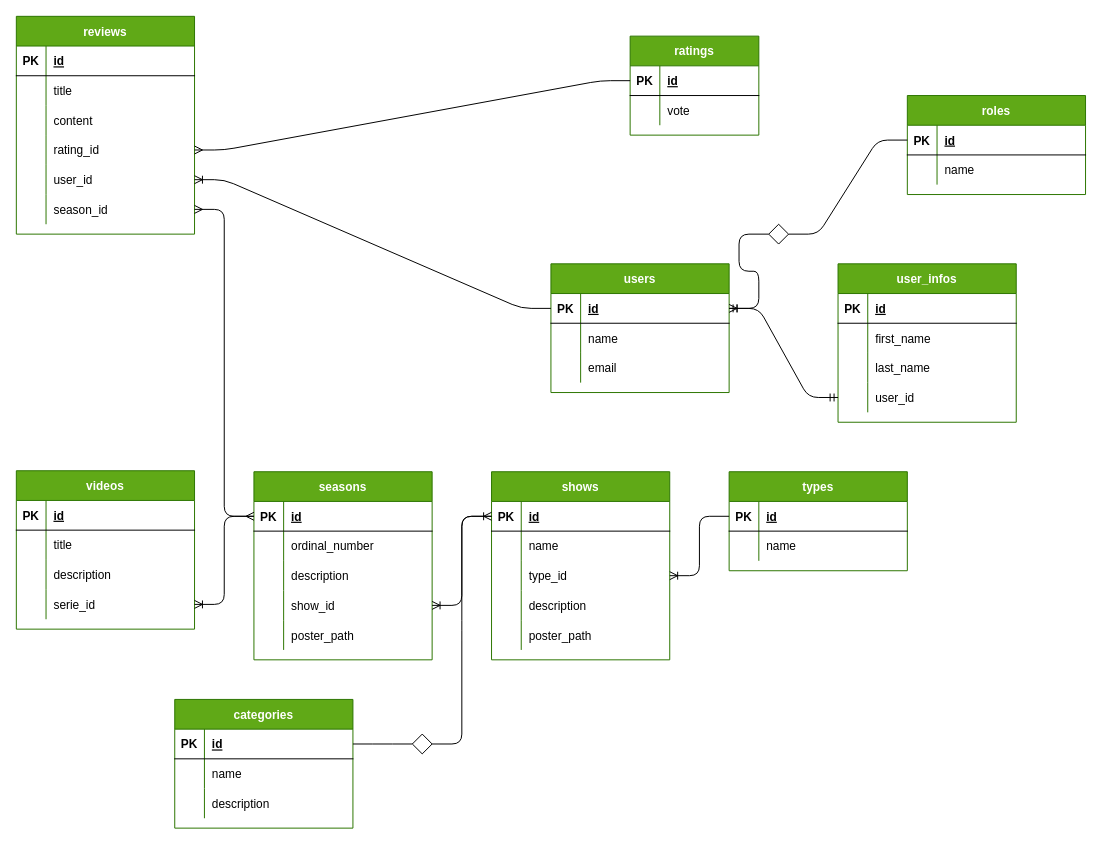
This is docs/db.drawio from cincenfrank/cincenflix_laravel, a draw.io file, before an edit. Source tidied: cells renumbered, new cells numbered last; positions are measured from the earlier drawing's top-left corner, leaving out a move shared by most shapes. Both pictures are drawn from the tidied source at 99%, with x=0, y=0 at pixel (16, 16).
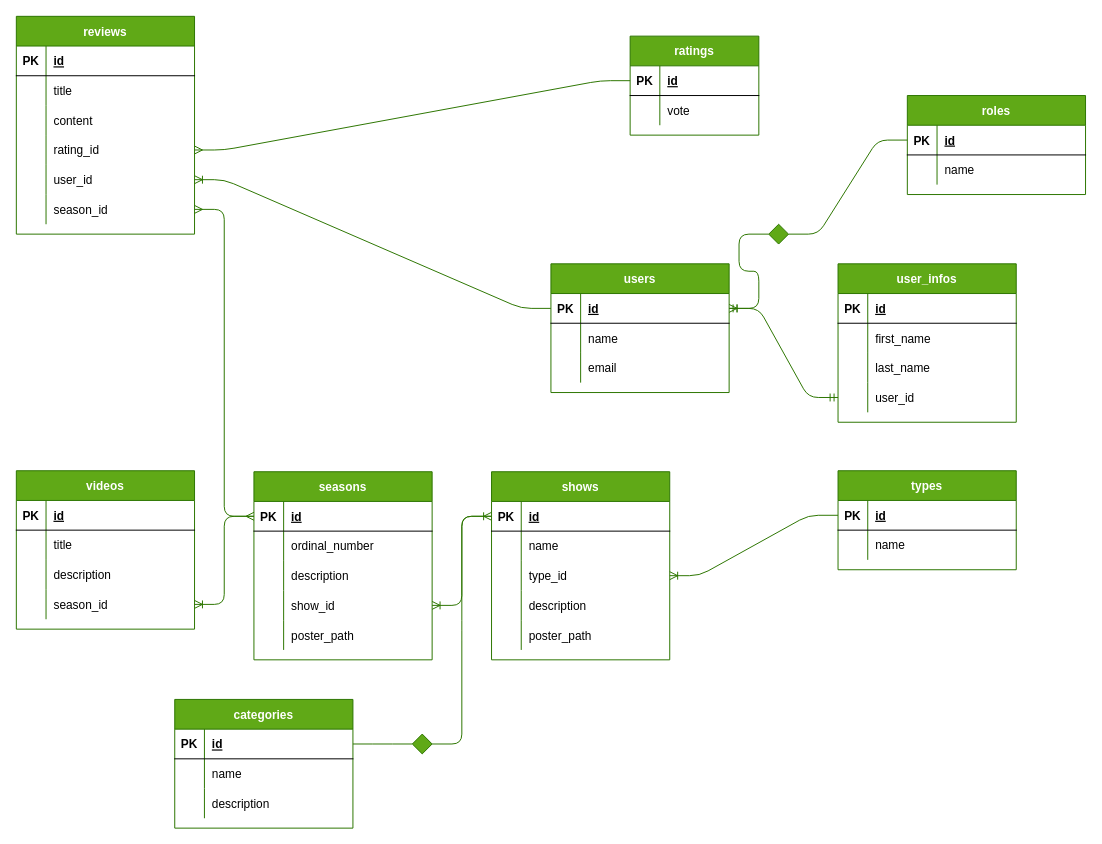
Above is the later version.

Unchanged cells that the change refers to:
```xml
<mxCell id="12" style="shape=partialRectangle;fillColor=none;top=0;left=0;bottom=0;right=0;points=[[0,0.5],[1,0.5]];portConstraint=eastwest;" parent="2" vertex="1">
  <mxGeometry y="120" width="180" height="30" as="geometry" />
</mxCell>
<mxCell id="16" style="shape=partialRectangle;fillColor=none;top=0;left=0;bottom=1;right=0;points=[[0,0.5],[1,0.5]];portConstraint=eastwest;" parent="15" vertex="1">
  <mxGeometry y="30" width="180" height="30" as="geometry" />
</mxCell>
<mxCell id="25" style="shape=partialRectangle;fillColor=none;top=0;left=0;bottom=0;right=0;points=[[0,0.5],[1,0.5]];portConstraint=eastwest;" parent="15" vertex="1">
  <mxGeometry y="120" width="180" height="30" as="geometry" />
</mxCell>
<mxCell id="32" style="shape=partialRectangle;fillColor=none;top=0;left=0;bottom=1;right=0;points=[[0,0.5],[1,0.5]];portConstraint=eastwest;" parent="31" vertex="1">
  <mxGeometry y="30" width="180" height="30" as="geometry" />
</mxCell>
<mxCell id="38" style="shape=partialRectangle;fillColor=none;top=0;left=0;bottom=0;right=0;points=[[0,0.5],[1,0.5]];portConstraint=eastwest;" parent="31" vertex="1">
  <mxGeometry y="90" width="180" height="30" as="geometry" />
</mxCell>
<mxCell id="48" style="shape=partialRectangle;fillColor=none;top=0;left=0;bottom=1;right=0;points=[[0,0.5],[1,0.5]];portConstraint=eastwest;" parent="47" vertex="1">
  <mxGeometry y="30" width="180" height="30" as="geometry" />
</mxCell>
<mxCell id="55" style="shape=partialRectangle;fillColor=none;top=0;left=0;bottom=1;right=0;points=[[0,0.5],[1,0.5]];portConstraint=eastwest;" parent="54" vertex="1">
  <mxGeometry y="30" width="180" height="30" as="geometry" />
</mxCell>
<mxCell id="65" style="shape=partialRectangle;fillColor=none;top=0;left=0;bottom=1;right=0;points=[[0,0.5],[1,0.5]];portConstraint=eastwest;" parent="64" vertex="1">
  <mxGeometry y="30" width="180" height="30" as="geometry" />
</mxCell>
<mxCell id="81" style="shape=partialRectangle;fillColor=none;top=0;left=0;bottom=0;right=0;points=[[0,0.5],[1,0.5]];portConstraint=eastwest;" parent="71" vertex="1">
  <mxGeometry y="120" width="180" height="30" as="geometry" />
</mxCell>
<mxCell id="84" style="shape=partialRectangle;fillColor=none;top=0;left=0;bottom=0;right=0;points=[[0,0.5],[1,0.5]];portConstraint=eastwest;" parent="71" vertex="1">
  <mxGeometry y="150" width="180" height="30" as="geometry" />
</mxCell>
<mxCell id="87" style="shape=partialRectangle;fillColor=none;top=0;left=0;bottom=0;right=0;points=[[0,0.5],[1,0.5]];portConstraint=eastwest;" parent="71" vertex="1">
  <mxGeometry y="180" width="180" height="30" as="geometry" />
</mxCell>
<mxCell id="91" style="shape=partialRectangle;fillColor=none;top=0;left=0;bottom=1;right=0;points=[[0,0.5],[1,0.5]];portConstraint=eastwest;" parent="90" vertex="1">
  <mxGeometry y="30" width="130" height="30" as="geometry" />
</mxCell>
<mxCell id="98" style="shape=partialRectangle;fillColor=none;top=0;left=0;bottom=1;right=0;points=[[0,0.5],[1,0.5]];portConstraint=eastwest;" parent="97" vertex="1">
  <mxGeometry y="30" width="180" height="30" as="geometry" />
</mxCell>
<mxCell id="124" style="shape=partialRectangle;fillColor=none;top=0;left=0;bottom=0;right=0;points=[[0,0.5],[1,0.5]];portConstraint=eastwest;" parent="114" vertex="1">
  <mxGeometry y="120" width="180" height="30" as="geometry" />
</mxCell>
```

The edit, as a diff of the source:
```diff
@@
-    <mxCell id="14" value="serie_id" style="shape=partialRectangle;fillColor=none;top=0;left=0;bottom=0;right=0;align=left;spacingLeft=6;overflow=hidden;" parent="12" vertex="1">
+    <mxCell id="14" value="season_id" style="shape=partialRectangle;fillColor=none;top=0;left=0;bottom=0;right=0;align=left;spacingLeft=6;overflow=hidden;" parent="12" vertex="1">
       <mxGeometry x="30" width="150" height="30" as="geometry" />
     </mxCell>
@@
     <mxCell id="47" value="types" style="shape=table;startSize=30;childLayout=tableLayout;rowLines=0;fontStyle=1;align=center;fillColor=#60a917;fontColor=#ffffff;strokeColor=#2D7600;" parent="1" vertex="1">
-      <mxGeometry x="720" y="460" width="180" height="100" as="geometry" />
+      <mxGeometry x="830" y="459" width="180" height="100" as="geometry" />
     </mxCell>
@@
-    <mxCell id="107" style="edgeStyle=entityRelationEdgeStyle;fontSize=12;html=1;endArrow=ERoneToMany;entryX=0;entryY=0.5;entryDx=0;entryDy=0;exitX=1;exitY=0.5;exitDx=0;exitDy=0;startArrow=none;" parent="1" edge="1" source="128" target="32">
+    <mxCell id="107" style="edgeStyle=entityRelationEdgeStyle;fontSize=12;html=1;endArrow=ERoneToMany;entryX=0;entryY=0.5;entryDx=0;entryDy=0;exitX=1;exitY=0.5;exitDx=0;exitDy=0;startArrow=none;fillColor=#60a917;strokeColor=#2D7600;" parent="1" edge="1" source="128" target="32">
       <mxGeometry relative="1" as="geometry" />
     </mxCell>
-    <mxCell id="108" style="edgeStyle=entityRelationEdgeStyle;fontSize=12;html=1;endArrow=ERoneToMany;exitX=0;exitY=0.5;exitDx=0;exitDy=0;entryX=1;entryY=0.5;entryDx=0;entryDy=0;startArrow=none;" parent="1" edge="1" source="131" target="55">
+    <mxCell id="108" style="edgeStyle=entityRelationEdgeStyle;fontSize=12;html=1;endArrow=ERoneToMany;exitX=0;exitY=0.5;exitDx=0;exitDy=0;entryX=1;entryY=0.5;entryDx=0;entryDy=0;startArrow=none;fillColor=#60a917;strokeColor=#2D7600;" parent="1" edge="1" source="131" target="55">
       <mxGeometry relative="1" as="geometry" />
     </mxCell>
-    <mxCell id="109" style="edgeStyle=entityRelationEdgeStyle;fontSize=12;html=1;endArrow=ERoneToMany;entryX=1;entryY=0.5;entryDx=0;entryDy=0;exitX=0;exitY=0.5;exitDx=0;exitDy=0;" parent="1" edge="1" source="16" target="12">
+    <mxCell id="109" style="edgeStyle=entityRelationEdgeStyle;fontSize=12;html=1;endArrow=ERoneToMany;entryX=1;entryY=0.5;entryDx=0;entryDy=0;exitX=0;exitY=0.5;exitDx=0;exitDy=0;fillColor=#60a917;strokeColor=#2D7600;" parent="1" edge="1" source="16" target="12">
       <mxGeometry relative="1" as="geometry" />
     </mxCell>
-    <mxCell id="110" style="edgeStyle=entityRelationEdgeStyle;fontSize=12;html=1;endArrow=ERoneToMany;entryX=1;entryY=0.5;entryDx=0;entryDy=0;exitX=0;exitY=0.5;exitDx=0;exitDy=0;" parent="1" edge="1" source="48" target="38">
+    <mxCell id="110" style="edgeStyle=entityRelationEdgeStyle;fontSize=12;html=1;endArrow=ERoneToMany;entryX=1;entryY=0.5;entryDx=0;entryDy=0;exitX=0;exitY=0.5;exitDx=0;exitDy=0;fillColor=#60a917;strokeColor=#2D7600;" parent="1" edge="1" source="48" target="38">
       <mxGeometry relative="1" as="geometry" />
     </mxCell>
-    <mxCell id="111" style="edgeStyle=entityRelationEdgeStyle;fontSize=12;html=1;endArrow=ERoneToMany;exitX=0;exitY=0.5;exitDx=0;exitDy=0;entryX=1;entryY=0.5;entryDx=0;entryDy=0;" parent="1" edge="1" source="55" target="84">
+    <mxCell id="111" style="edgeStyle=entityRelationEdgeStyle;fontSize=12;html=1;endArrow=ERoneToMany;exitX=0;exitY=0.5;exitDx=0;exitDy=0;entryX=1;entryY=0.5;entryDx=0;entryDy=0;fillColor=#60a917;strokeColor=#2D7600;" parent="1" edge="1" source="55" target="84">
       <mxGeometry relative="1" as="geometry" />
     </mxCell>
-    <mxCell id="112" style="edgeStyle=entityRelationEdgeStyle;fontSize=12;html=1;endArrow=ERmany;startArrow=ERmany;exitX=0;exitY=0.5;exitDx=0;exitDy=0;" parent="1" edge="1" source="16" target="87">
+    <mxCell id="112" style="edgeStyle=entityRelationEdgeStyle;fontSize=12;html=1;endArrow=ERmany;startArrow=ERmany;exitX=0;exitY=0.5;exitDx=0;exitDy=0;fillColor=#60a917;strokeColor=#2D7600;" parent="1" edge="1" source="16" target="87">
       <mxGeometry relative="1" as="geometry" />
     </mxCell>
-    <mxCell id="113" style="edgeStyle=entityRelationEdgeStyle;fontSize=12;html=1;endArrow=ERoneToMany;exitX=0;exitY=0.5;exitDx=0;exitDy=0;" parent="1" edge="1" source="32" target="25">
+    <mxCell id="113" style="edgeStyle=entityRelationEdgeStyle;fontSize=12;html=1;endArrow=ERoneToMany;exitX=0;exitY=0.5;exitDx=0;exitDy=0;fillColor=#60a917;strokeColor=#2D7600;" parent="1" edge="1" source="32" target="25">
       <mxGeometry relative="1" as="geometry" />
     </mxCell>
@@
-    <mxCell id="127" style="edgeStyle=entityRelationEdgeStyle;fontSize=12;html=1;endArrow=ERmandOne;startArrow=ERmandOne;entryX=0;entryY=0.5;entryDx=0;entryDy=0;" parent="1" edge="1" source="55" target="124">
+    <mxCell id="127" style="edgeStyle=entityRelationEdgeStyle;fontSize=12;html=1;endArrow=ERmandOne;startArrow=ERmandOne;entryX=0;entryY=0.5;entryDx=0;entryDy=0;fillColor=#60a917;strokeColor=#2D7600;" parent="1" edge="1" source="55" target="124">
       <mxGeometry relative="1" as="geometry" />
     </mxCell>
-    <mxCell id="128" style="rhombus;whiteSpace=wrap;html=1;" parent="1" vertex="1">
+    <mxCell id="128" style="rhombus;whiteSpace=wrap;html=1;fillColor=#60a917;fontColor=#ffffff;strokeColor=#2D7600;" parent="1" vertex="1">
       <mxGeometry x="400" y="725" width="20" height="20" as="geometry" />
     </mxCell>
-    <mxCell id="129" style="edgeStyle=entityRelationEdgeStyle;fontSize=12;html=1;endArrow=none;entryX=0;entryY=0.5;entryDx=0;entryDy=0;exitX=1;exitY=0.5;exitDx=0;exitDy=0;" parent="1" edge="1" source="98" target="128">
+    <mxCell id="129" style="edgeStyle=entityRelationEdgeStyle;fontSize=12;html=1;endArrow=none;entryX=0;entryY=0.5;entryDx=0;entryDy=0;exitX=1;exitY=0.5;exitDx=0;exitDy=0;fillColor=#60a917;strokeColor=#2D7600;" parent="1" edge="1" source="98" target="128">
       <mxGeometry relative="1" as="geometry" />
     </mxCell>
-    <mxCell id="130" style="edgeStyle=entityRelationEdgeStyle;fontSize=12;html=1;endArrow=none;startArrow=ERmany;exitX=1;exitY=0.5;exitDx=0;exitDy=0;entryX=0;entryY=0.5;entryDx=0;entryDy=0;" parent="1" edge="1" source="81" target="91">
+    <mxCell id="130" style="edgeStyle=entityRelationEdgeStyle;fontSize=12;html=1;endArrow=none;startArrow=ERmany;exitX=1;exitY=0.5;exitDx=0;exitDy=0;entryX=0;entryY=0.5;entryDx=0;entryDy=0;fillColor=#60a917;strokeColor=#2D7600;" parent="1" edge="1" source="81" target="91">
       <mxGeometry relative="1" as="geometry" />
     </mxCell>
-    <mxCell id="131" style="rhombus;whiteSpace=wrap;html=1;" parent="1" vertex="1">
+    <mxCell id="131" style="rhombus;whiteSpace=wrap;html=1;fillColor=#60a917;fontColor=#ffffff;strokeColor=#2D7600;" parent="1" vertex="1">
       <mxGeometry x="760" y="210" width="20" height="20" as="geometry" />
     </mxCell>
-    <mxCell id="132" style="edgeStyle=entityRelationEdgeStyle;fontSize=12;html=1;endArrow=none;exitX=0;exitY=0.5;exitDx=0;exitDy=0;entryX=1;entryY=0.5;entryDx=0;entryDy=0;" parent="1" edge="1" source="65" target="131">
+    <mxCell id="132" style="edgeStyle=entityRelationEdgeStyle;fontSize=12;html=1;endArrow=none;exitX=0;exitY=0.5;exitDx=0;exitDy=0;entryX=1;entryY=0.5;entryDx=0;entryDy=0;fillColor=#60a917;strokeColor=#2D7600;" parent="1" edge="1" source="65" target="131">
       <mxGeometry relative="1" as="geometry" />
     </mxCell>
```
